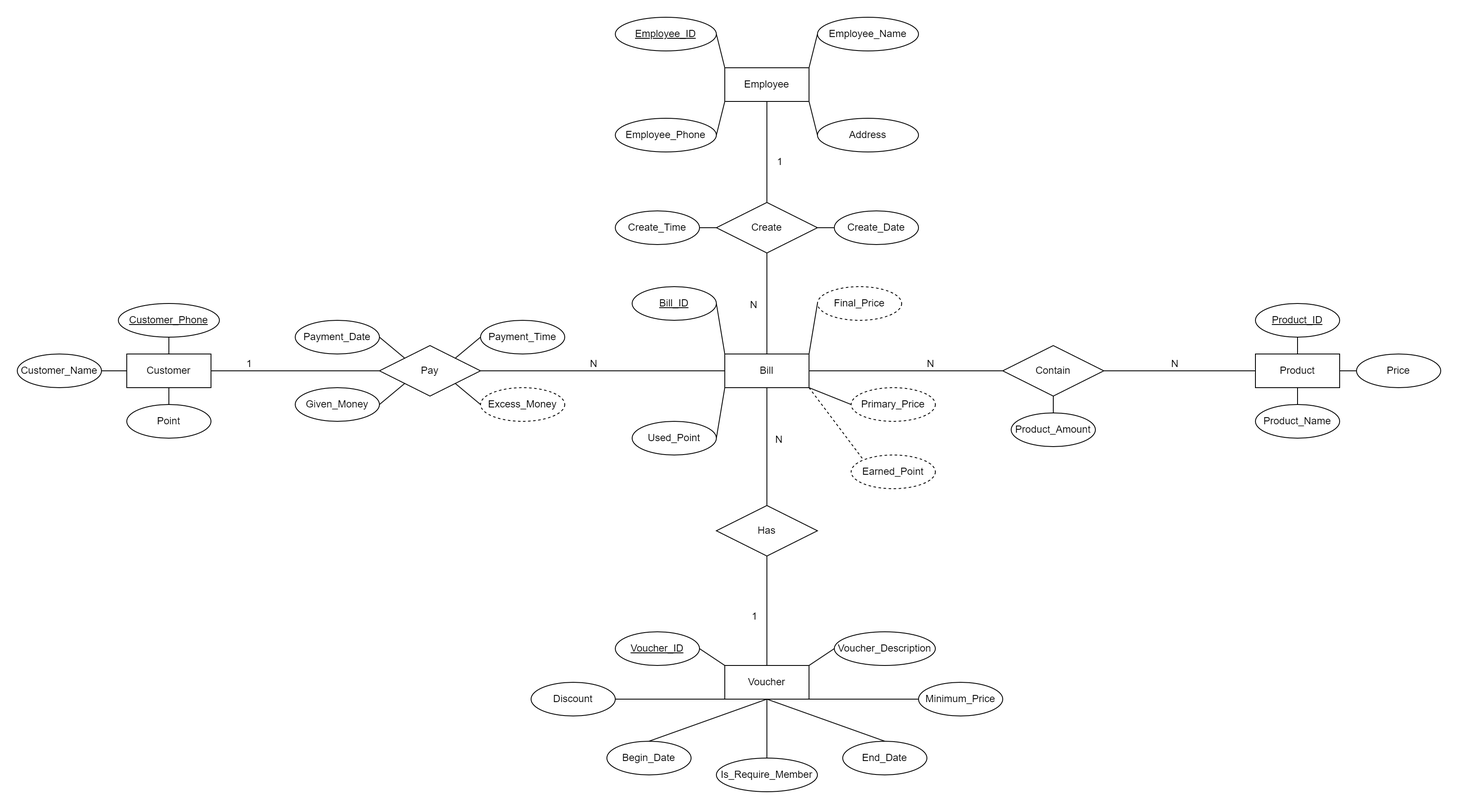
Above: Assignment/Images/ERD.png in bakaqc/DBI202-Labs_and_Assignment (draw.io), before the change. Source tidied: cells renumbered, new cells last; positions are measured from the earlier drawing's top-left corner, leaving out a move shared by most shapes. Its diagram source:
```xml
<mxGraphModel>
  <root>
    <mxCell id="0" />
    <mxCell id="1" parent="0" />
    <mxCell id="2" value="Customer" style="whiteSpace=wrap;html=1;align=center;" parent="1" vertex="1">
      <mxGeometry x="130" y="400" width="100" height="40" as="geometry" />
    </mxCell>
    <mxCell id="3" value="Customer_Name" style="ellipse;whiteSpace=wrap;html=1;align=center;" parent="1" vertex="1">
      <mxGeometry y="400" width="100" height="40" as="geometry" />
    </mxCell>
    <mxCell id="4" value="Point" style="ellipse;whiteSpace=wrap;html=1;align=center;" parent="1" vertex="1">
      <mxGeometry x="130" y="460" width="100" height="40" as="geometry" />
    </mxCell>
    <mxCell id="5" value="Customer_Phone" style="ellipse;whiteSpace=wrap;html=1;align=center;fontStyle=4;" parent="1" vertex="1">
      <mxGeometry x="120" y="340" width="120" height="40" as="geometry" />
    </mxCell>
    <mxCell id="6" style="endArrow=none;html=1;rounded=0;" parent="1" edge="1" source="3" target="2">
      <mxGeometry relative="1" as="geometry" />
    </mxCell>
    <mxCell id="7" style="endArrow=none;html=1;rounded=0;exitX=0.5;exitY=1;exitDx=0;exitDy=0;entryX=0.5;entryY=0;entryDx=0;entryDy=0;" parent="1" edge="1" source="5" target="2">
      <mxGeometry relative="1" as="geometry" />
    </mxCell>
    <mxCell id="8" style="endArrow=none;html=1;rounded=0;entryX=0.5;entryY=0;entryDx=0;entryDy=0;exitX=0.5;exitY=1;exitDx=0;exitDy=0;" parent="1" edge="1" source="2" target="4">
      <mxGeometry relative="1" as="geometry" />
    </mxCell>
    <mxCell id="9" value="Bill" style="whiteSpace=wrap;html=1;align=center;" parent="1" vertex="1">
      <mxGeometry x="840" y="400" width="100" height="40" as="geometry" />
    </mxCell>
    <mxCell id="10" value="Create_Date" style="ellipse;whiteSpace=wrap;html=1;align=center;" parent="1" vertex="1">
      <mxGeometry x="970" y="230" width="100" height="40" as="geometry" />
    </mxCell>
    <mxCell id="11" value="Create_Time" style="ellipse;whiteSpace=wrap;html=1;align=center;" parent="1" vertex="1">
      <mxGeometry x="710" y="230" width="100" height="40" as="geometry" />
    </mxCell>
    <mxCell id="12" value="Bill_ID" style="ellipse;whiteSpace=wrap;html=1;align=center;fontStyle=4;" parent="1" vertex="1">
      <mxGeometry x="730" y="320" width="100" height="40" as="geometry" />
    </mxCell>
    <mxCell id="13" value="Used_Point" style="ellipse;whiteSpace=wrap;html=1;align=center;" parent="1" vertex="1">
      <mxGeometry x="730" y="480" width="100" height="40" as="geometry" />
    </mxCell>
    <mxCell id="14" value="Primary_Price" style="ellipse;whiteSpace=wrap;html=1;align=center;dashed=1;" parent="1" vertex="1">
      <mxGeometry x="990" y="440" width="100" height="40" as="geometry" />
    </mxCell>
    <mxCell id="15" value="Final_Price" style="ellipse;whiteSpace=wrap;html=1;align=center;dashed=1;strokeColor=default;gradientColor=none;fillColor=default;" parent="1" vertex="1">
      <mxGeometry x="950" y="320" width="100" height="40" as="geometry" />
    </mxCell>
    <mxCell id="16" style="endArrow=none;html=1;rounded=0;entryX=1;entryY=0.5;entryDx=0;entryDy=0;exitX=0;exitY=1;exitDx=0;exitDy=0;" parent="1" edge="1" source="9" target="13">
      <mxGeometry relative="1" as="geometry" />
    </mxCell>
    <mxCell id="17" style="endArrow=none;html=1;rounded=0;entryX=0;entryY=0;entryDx=0;entryDy=0;exitX=1;exitY=0.5;exitDx=0;exitDy=0;" parent="1" edge="1" source="12" target="9">
      <mxGeometry relative="1" as="geometry" />
    </mxCell>
    <mxCell id="18" style="endArrow=none;html=1;rounded=0;entryX=0;entryY=0.5;entryDx=0;entryDy=0;exitX=1;exitY=0;exitDx=0;exitDy=0;" parent="1" edge="1" source="9" target="15">
      <mxGeometry relative="1" as="geometry" />
    </mxCell>
    <mxCell id="19" style="endArrow=none;html=1;rounded=0;entryX=0;entryY=0.5;entryDx=0;entryDy=0;exitX=1;exitY=1;exitDx=0;exitDy=0;" parent="1" edge="1" source="9" target="14">
      <mxGeometry relative="1" as="geometry" />
    </mxCell>
    <mxCell id="20" value="Employee" style="whiteSpace=wrap;html=1;align=center;" parent="1" vertex="1">
      <mxGeometry x="840" y="60" width="100" height="40" as="geometry" />
    </mxCell>
    <mxCell id="21" value="Employee_Name" style="ellipse;whiteSpace=wrap;html=1;align=center;" parent="1" vertex="1">
      <mxGeometry x="950" width="120" height="40" as="geometry" />
    </mxCell>
    <mxCell id="22" value="Employee_Phone" style="ellipse;whiteSpace=wrap;html=1;align=center;" parent="1" vertex="1">
      <mxGeometry x="710" y="120" width="120" height="40" as="geometry" />
    </mxCell>
    <mxCell id="23" value="Address" style="ellipse;whiteSpace=wrap;html=1;align=center;" parent="1" vertex="1">
      <mxGeometry x="950" y="120" width="120" height="40" as="geometry" />
    </mxCell>
    <mxCell id="24" value="Employee_ID" style="ellipse;whiteSpace=wrap;html=1;align=center;fontStyle=4;" parent="1" vertex="1">
      <mxGeometry x="710" width="120" height="40" as="geometry" />
    </mxCell>
    <mxCell id="25" style="endArrow=none;html=1;rounded=0;exitX=1;exitY=0;exitDx=0;exitDy=0;entryX=0;entryY=0.5;entryDx=0;entryDy=0;" parent="1" edge="1" source="20" target="21">
      <mxGeometry relative="1" as="geometry" />
    </mxCell>
    <mxCell id="26" style="endArrow=none;html=1;rounded=0;exitX=1;exitY=0.5;exitDx=0;exitDy=0;entryX=0;entryY=0;entryDx=0;entryDy=0;" parent="1" edge="1" source="24" target="20">
      <mxGeometry relative="1" as="geometry" />
    </mxCell>
    <mxCell id="27" style="endArrow=none;html=1;rounded=0;entryX=0;entryY=1;entryDx=0;entryDy=0;exitX=1;exitY=0.5;exitDx=0;exitDy=0;" parent="1" edge="1" source="22" target="20">
      <mxGeometry relative="1" as="geometry" />
    </mxCell>
    <mxCell id="28" style="endArrow=none;html=1;rounded=0;entryX=0;entryY=0.5;entryDx=0;entryDy=0;exitX=1;exitY=1;exitDx=0;exitDy=0;" parent="1" edge="1" source="20" target="23">
      <mxGeometry relative="1" as="geometry" />
    </mxCell>
    <mxCell id="29" value="Voucher" style="whiteSpace=wrap;html=1;align=center;" parent="1" vertex="1">
      <mxGeometry x="840" y="770" width="100" height="40" as="geometry" />
    </mxCell>
    <mxCell id="30" value="Voucher_ID" style="ellipse;whiteSpace=wrap;html=1;align=center;fontStyle=4;" parent="1" vertex="1">
      <mxGeometry x="710" y="730" width="100" height="40" as="geometry" />
    </mxCell>
    <mxCell id="31" value="Voucher_Description" style="ellipse;whiteSpace=wrap;html=1;align=center;" parent="1" vertex="1">
      <mxGeometry x="970" y="730" width="120" height="40" as="geometry" />
    </mxCell>
    <mxCell id="32" value="Minimum_Price" style="ellipse;whiteSpace=wrap;html=1;align=center;" parent="1" vertex="1">
      <mxGeometry x="1070" y="790" width="100" height="40" as="geometry" />
    </mxCell>
    <mxCell id="33" value="Discount" style="ellipse;whiteSpace=wrap;html=1;align=center;" parent="1" vertex="1">
      <mxGeometry x="610" y="790" width="100" height="40" as="geometry" />
    </mxCell>
    <mxCell id="34" style="endArrow=none;html=1;rounded=0;exitX=1;exitY=0.5;exitDx=0;exitDy=0;entryX=0;entryY=0;entryDx=0;entryDy=0;" parent="1" edge="1" source="30" target="29">
      <mxGeometry relative="1" as="geometry" />
    </mxCell>
    <mxCell id="35" style="endArrow=none;html=1;rounded=0;exitX=1;exitY=0;exitDx=0;exitDy=0;entryX=0;entryY=0.5;entryDx=0;entryDy=0;" parent="1" edge="1" source="29" target="31">
      <mxGeometry relative="1" as="geometry" />
    </mxCell>
    <mxCell id="36" style="endArrow=none;html=1;rounded=0;exitX=1;exitY=0.5;exitDx=0;exitDy=0;entryX=0;entryY=1;entryDx=0;entryDy=0;" parent="1" edge="1" source="33" target="29">
      <mxGeometry relative="1" as="geometry" />
    </mxCell>
    <mxCell id="37" style="endArrow=none;html=1;rounded=0;exitX=1;exitY=1;exitDx=0;exitDy=0;entryX=0;entryY=0.5;entryDx=0;entryDy=0;" parent="1" edge="1" source="29" target="32">
      <mxGeometry relative="1" as="geometry" />
    </mxCell>
    <mxCell id="38" value="Product" style="whiteSpace=wrap;html=1;align=center;" parent="1" vertex="1">
      <mxGeometry x="1470" y="400" width="100" height="40" as="geometry" />
    </mxCell>
    <mxCell id="39" value="Product_ID" style="ellipse;whiteSpace=wrap;html=1;align=center;fontStyle=4;" parent="1" vertex="1">
      <mxGeometry x="1470" y="340" width="100" height="40" as="geometry" />
    </mxCell>
    <mxCell id="40" value="Price" style="ellipse;whiteSpace=wrap;html=1;align=center;" parent="1" vertex="1">
      <mxGeometry x="1590" y="400" width="100" height="40" as="geometry" />
    </mxCell>
    <mxCell id="41" value="Product_Name" style="ellipse;whiteSpace=wrap;html=1;align=center;" parent="1" vertex="1">
      <mxGeometry x="1470" y="460" width="100" height="40" as="geometry" />
    </mxCell>
    <mxCell id="42" style="endArrow=none;html=1;rounded=0;exitX=1;exitY=0.5;exitDx=0;exitDy=0;entryX=0;entryY=0.5;entryDx=0;entryDy=0;" parent="1" edge="1" source="38" target="40">
      <mxGeometry relative="1" as="geometry" />
    </mxCell>
    <mxCell id="43" style="endArrow=none;html=1;rounded=0;entryX=0.5;entryY=0;entryDx=0;entryDy=0;exitX=0.5;exitY=1;exitDx=0;exitDy=0;" parent="1" edge="1" source="38" target="41">
      <mxGeometry relative="1" as="geometry" />
    </mxCell>
    <mxCell id="44" style="endArrow=none;html=1;rounded=0;entryX=0.5;entryY=0;entryDx=0;entryDy=0;exitX=0.5;exitY=1;exitDx=0;exitDy=0;" parent="1" edge="1" source="39" target="38">
      <mxGeometry relative="1" as="geometry" />
    </mxCell>
    <mxCell id="45" value="Contain" style="shape=rhombus;perimeter=rhombusPerimeter;whiteSpace=wrap;html=1;align=center;" parent="1" vertex="1">
      <mxGeometry x="1170" y="390" width="120" height="60" as="geometry" />
    </mxCell>
    <mxCell id="46" value="Create" style="shape=rhombus;perimeter=rhombusPerimeter;whiteSpace=wrap;html=1;align=center;" parent="1" vertex="1">
      <mxGeometry x="830" y="220" width="120" height="60" as="geometry" />
    </mxCell>
    <mxCell id="47" value="Has" style="shape=rhombus;perimeter=rhombusPerimeter;whiteSpace=wrap;html=1;align=center;" parent="1" vertex="1">
      <mxGeometry x="830" y="580" width="120" height="60" as="geometry" />
    </mxCell>
    <mxCell id="48" value="Pay" style="shape=rhombus;perimeter=rhombusPerimeter;whiteSpace=wrap;html=1;align=center;" parent="1" vertex="1">
      <mxGeometry x="430" y="390" width="120" height="60" as="geometry" />
    </mxCell>
    <mxCell id="49" value="Payment_Date" style="ellipse;whiteSpace=wrap;html=1;align=center;" parent="1" vertex="1">
      <mxGeometry x="330" y="360" width="100" height="40" as="geometry" />
    </mxCell>
    <mxCell id="50" value="Payment_Time" style="ellipse;whiteSpace=wrap;html=1;align=center;" parent="1" vertex="1">
      <mxGeometry x="550" y="360" width="100" height="40" as="geometry" />
    </mxCell>
    <mxCell id="51" value="Given_Money" style="ellipse;whiteSpace=wrap;html=1;align=center;" parent="1" vertex="1">
      <mxGeometry x="330" y="440" width="100" height="40" as="geometry" />
    </mxCell>
    <mxCell id="52" value="Excess_Money" style="ellipse;whiteSpace=wrap;html=1;align=center;dashed=1;" parent="1" vertex="1">
      <mxGeometry x="550" y="440" width="100" height="40" as="geometry" />
    </mxCell>
    <mxCell id="53" style="endArrow=none;html=1;rounded=0;entryX=1;entryY=0.5;entryDx=0;entryDy=0;exitX=0;exitY=0;exitDx=0;exitDy=0;" parent="1" edge="1" source="48" target="49">
      <mxGeometry relative="1" as="geometry" />
    </mxCell>
    <mxCell id="54" style="endArrow=none;html=1;rounded=0;exitX=1;exitY=0.5;exitDx=0;exitDy=0;entryX=0;entryY=1;entryDx=0;entryDy=0;" parent="1" edge="1" source="51" target="48">
      <mxGeometry relative="1" as="geometry" />
    </mxCell>
    <mxCell id="55" style="endArrow=none;html=1;rounded=0;exitX=1;exitY=0;exitDx=0;exitDy=0;entryX=0;entryY=0.5;entryDx=0;entryDy=0;" parent="1" edge="1" source="48" target="50">
      <mxGeometry relative="1" as="geometry" />
    </mxCell>
    <mxCell id="56" style="endArrow=none;html=1;rounded=0;exitX=1;exitY=1;exitDx=0;exitDy=0;entryX=0;entryY=0.5;entryDx=0;entryDy=0;" parent="1" edge="1" source="48" target="52">
      <mxGeometry relative="1" as="geometry" />
    </mxCell>
    <mxCell id="57" style="endArrow=none;html=1;rounded=0;exitX=1;exitY=0.5;exitDx=0;exitDy=0;entryX=0;entryY=0.5;entryDx=0;entryDy=0;" parent="1" edge="1" source="2" target="48">
      <mxGeometry relative="1" as="geometry" />
    </mxCell>
    <mxCell id="58" value="1" style="html=1;whiteSpace=wrap;align=right;verticalAlign=bottom;" parent="57" vertex="1">
      <mxGeometry x="1" relative="1" as="geometry">
        <mxPoint x="-150" as="offset" />
      </mxGeometry>
    </mxCell>
    <mxCell id="59" style="endArrow=none;html=1;rounded=0;exitX=1;exitY=0.5;exitDx=0;exitDy=0;entryX=0;entryY=0.5;entryDx=0;entryDy=0;" parent="1" edge="1" source="48" target="9">
      <mxGeometry relative="1" as="geometry" />
    </mxCell>
    <mxCell id="60" value="N" style="html=1;whiteSpace=wrap;align=right;verticalAlign=bottom;" parent="59" vertex="1">
      <mxGeometry x="1" relative="1" as="geometry">
        <mxPoint x="-150" as="offset" />
      </mxGeometry>
    </mxCell>
    <mxCell id="61" value="Product_Amount" style="ellipse;whiteSpace=wrap;html=1;align=center;" parent="1" vertex="1">
      <mxGeometry x="1180" y="470" width="100" height="40" as="geometry" />
    </mxCell>
    <mxCell id="62" style="endArrow=none;html=1;rounded=0;exitX=0.5;exitY=1;exitDx=0;exitDy=0;entryX=0.5;entryY=0;entryDx=0;entryDy=0;" parent="1" edge="1" source="45" target="61">
      <mxGeometry relative="1" as="geometry" />
    </mxCell>
    <mxCell id="63" style="endArrow=none;html=1;rounded=0;exitX=1;exitY=0.5;exitDx=0;exitDy=0;entryX=0;entryY=0.5;entryDx=0;entryDy=0;" parent="1" edge="1" source="9" target="45">
      <mxGeometry relative="1" as="geometry" />
    </mxCell>
    <mxCell id="64" value="N" style="html=1;whiteSpace=wrap;align=right;verticalAlign=bottom;" parent="63" vertex="1">
      <mxGeometry x="1" relative="1" as="geometry">
        <mxPoint x="-80" as="offset" />
      </mxGeometry>
    </mxCell>
    <mxCell id="65" style="endArrow=none;html=1;rounded=0;exitX=1;exitY=0.5;exitDx=0;exitDy=0;entryX=0;entryY=0.5;entryDx=0;entryDy=0;" parent="1" edge="1" source="45" target="38">
      <mxGeometry relative="1" as="geometry" />
    </mxCell>
    <mxCell id="66" value="N" style="html=1;whiteSpace=wrap;align=right;verticalAlign=bottom;" parent="65" vertex="1">
      <mxGeometry x="1" relative="1" as="geometry">
        <mxPoint x="-90" as="offset" />
      </mxGeometry>
    </mxCell>
    <mxCell id="67" style="endArrow=none;html=1;rounded=0;exitX=0.5;exitY=1;exitDx=0;exitDy=0;entryX=0.5;entryY=0;entryDx=0;entryDy=0;" parent="1" edge="1" source="9" target="47">
      <mxGeometry relative="1" as="geometry" />
    </mxCell>
    <mxCell id="68" value="N" style="html=1;whiteSpace=wrap;align=right;verticalAlign=bottom;" parent="67" vertex="1">
      <mxGeometry x="1" relative="1" as="geometry">
        <mxPoint x="20" y="-70" as="offset" />
      </mxGeometry>
    </mxCell>
    <mxCell id="69" style="endArrow=none;html=1;rounded=0;exitX=0.5;exitY=1;exitDx=0;exitDy=0;entryX=0.5;entryY=0;entryDx=0;entryDy=0;" parent="1" edge="1" source="47" target="29">
      <mxGeometry relative="1" as="geometry" />
    </mxCell>
    <mxCell id="70" value="1" style="html=1;whiteSpace=wrap;align=right;verticalAlign=bottom;" parent="69" vertex="1">
      <mxGeometry x="1" relative="1" as="geometry">
        <mxPoint x="-10" y="-50" as="offset" />
      </mxGeometry>
    </mxCell>
    <mxCell id="71" style="endArrow=none;html=1;rounded=0;exitX=0.5;exitY=1;exitDx=0;exitDy=0;entryX=0.5;entryY=0;entryDx=0;entryDy=0;" parent="1" edge="1" source="20" target="46">
      <mxGeometry relative="1" as="geometry" />
    </mxCell>
    <mxCell id="72" value="1" style="html=1;whiteSpace=wrap;align=right;verticalAlign=bottom;" parent="71" vertex="1">
      <mxGeometry x="1" relative="1" as="geometry">
        <mxPoint x="20" y="-40" as="offset" />
      </mxGeometry>
    </mxCell>
    <mxCell id="73" style="endArrow=none;html=1;rounded=0;exitX=0.5;exitY=1;exitDx=0;exitDy=0;entryX=0.5;entryY=0;entryDx=0;entryDy=0;" parent="1" edge="1" source="46" target="9">
      <mxGeometry relative="1" as="geometry" />
    </mxCell>
    <mxCell id="74" value="N" style="html=1;whiteSpace=wrap;align=right;verticalAlign=bottom;" parent="73" vertex="1">
      <mxGeometry x="1" relative="1" as="geometry">
        <mxPoint x="-10" y="-50" as="offset" />
      </mxGeometry>
    </mxCell>
    <mxCell id="75" style="endArrow=none;html=1;rounded=0;exitX=1;exitY=0.5;exitDx=0;exitDy=0;entryX=0;entryY=0.5;entryDx=0;entryDy=0;" parent="1" edge="1" source="11" target="46">
      <mxGeometry relative="1" as="geometry" />
    </mxCell>
    <mxCell id="76" style="endArrow=none;html=1;rounded=0;entryX=0;entryY=0.5;entryDx=0;entryDy=0;exitX=1;exitY=0.5;exitDx=0;exitDy=0;" parent="1" edge="1" source="46" target="10">
      <mxGeometry relative="1" as="geometry" />
    </mxCell>
    <mxCell id="77" value="Begin_Date" style="ellipse;whiteSpace=wrap;html=1;align=center;" parent="1" vertex="1">
      <mxGeometry x="700" y="860" width="100" height="40" as="geometry" />
    </mxCell>
    <mxCell id="78" style="endArrow=none;html=1;rounded=0;exitX=0.5;exitY=1;exitDx=0;exitDy=0;entryX=0.5;entryY=0;entryDx=0;entryDy=0;" parent="1" edge="1" source="29" target="77">
      <mxGeometry relative="1" as="geometry" />
    </mxCell>
    <mxCell id="79" value="Earned_Point" style="ellipse;whiteSpace=wrap;html=1;align=center;dashed=1;" parent="1" vertex="1">
      <mxGeometry x="990" y="520" width="100" height="40" as="geometry" />
    </mxCell>
    <mxCell id="80" style="endArrow=none;html=1;rounded=0;entryX=0;entryY=0;entryDx=0;entryDy=0;exitX=1;exitY=1;exitDx=0;exitDy=0;dashed=1;" parent="1" edge="1" source="9" target="79">
      <mxGeometry relative="1" as="geometry" />
    </mxCell>
    <mxCell id="81" value="End_Date" style="ellipse;whiteSpace=wrap;html=1;align=center;" parent="1" vertex="1">
      <mxGeometry x="980" y="860" width="100" height="40" as="geometry" />
    </mxCell>
    <mxCell id="82" style="endArrow=none;html=1;rounded=0;exitX=0.5;exitY=1;exitDx=0;exitDy=0;entryX=0.5;entryY=0;entryDx=0;entryDy=0;" parent="1" edge="1" source="29" target="81">
      <mxGeometry relative="1" as="geometry" />
    </mxCell>
    <mxCell id="83" value="Is_Require_Member" style="ellipse;whiteSpace=wrap;html=1;align=center;" parent="1" vertex="1">
      <mxGeometry x="830" y="880" width="120" height="40" as="geometry" />
    </mxCell>
    <mxCell id="84" style="endArrow=none;html=1;rounded=0;entryX=0.5;entryY=0;entryDx=0;entryDy=0;exitX=0.5;exitY=1;exitDx=0;exitDy=0;" parent="1" edge="1" source="29" target="83">
      <mxGeometry relative="1" as="geometry" />
    </mxCell>
  </root>
</mxGraphModel>
```
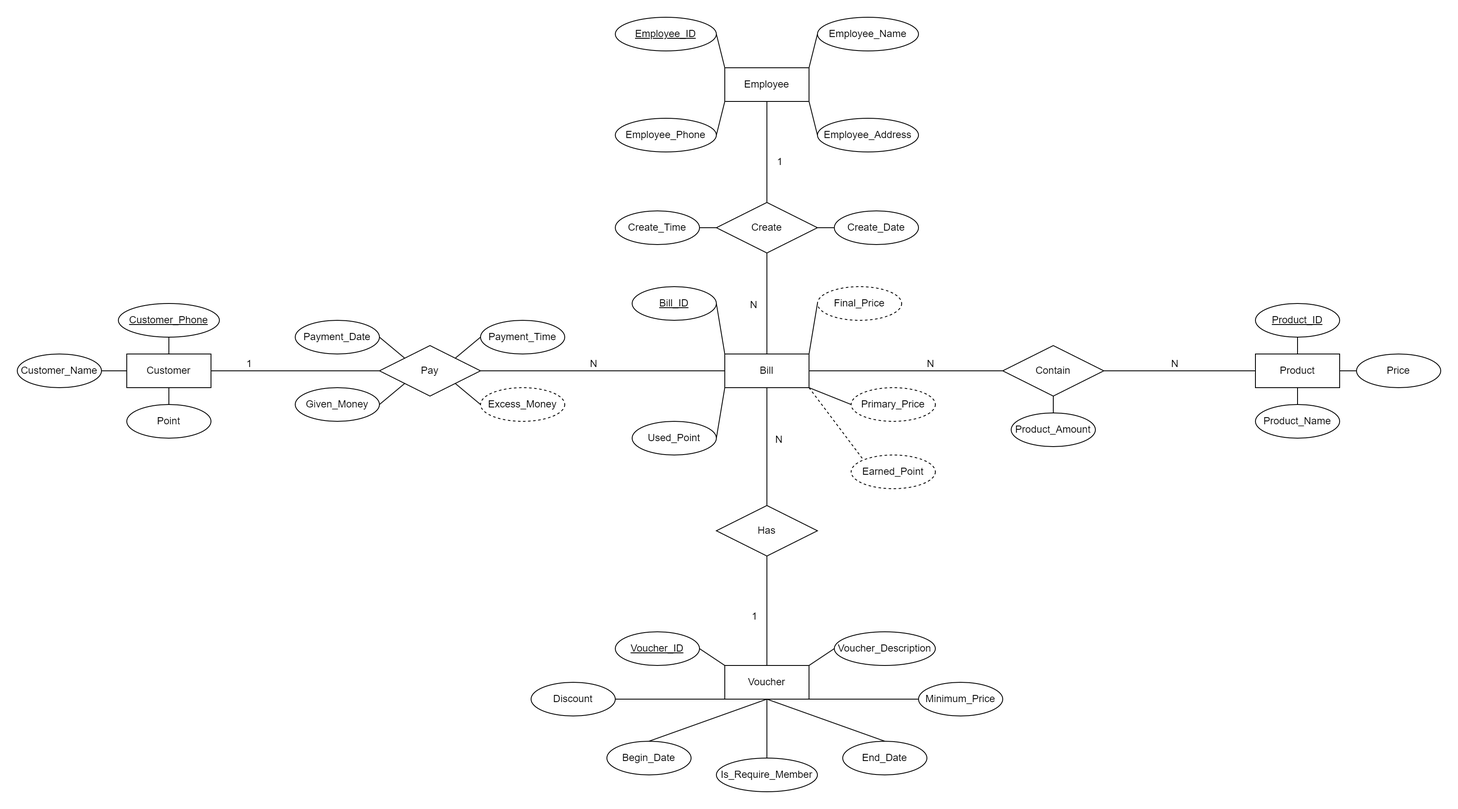
Above is the later version.

Change to the diagram source:
```diff
@@ -65,7 +65,7 @@
     <mxCell id="22" value="Employee_Phone" style="ellipse;whiteSpace=wrap;html=1;align=center;" parent="1" vertex="1">
       <mxGeometry x="710" y="120" width="120" height="40" as="geometry" />
     </mxCell>
-    <mxCell id="23" value="Address" style="ellipse;whiteSpace=wrap;html=1;align=center;" parent="1" vertex="1">
+    <mxCell id="23" value="Employee_Address" style="ellipse;whiteSpace=wrap;html=1;align=center;" parent="1" vertex="1">
       <mxGeometry x="950" y="120" width="120" height="40" as="geometry" />
     </mxCell>
     <mxCell id="24" value="Employee_ID" style="ellipse;whiteSpace=wrap;html=1;align=center;fontStyle=4;" parent="1" vertex="1">
```
